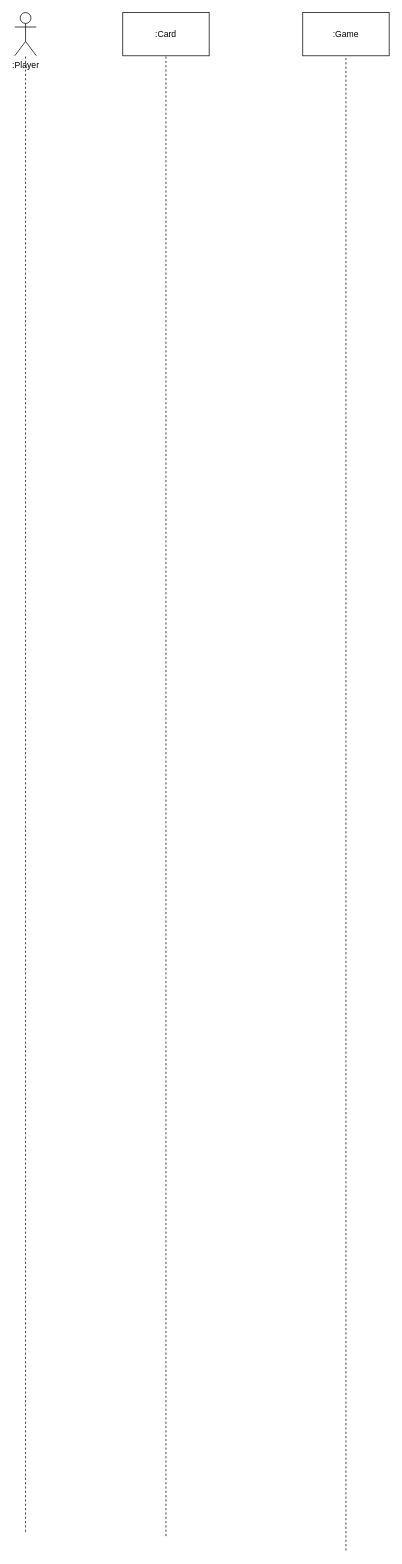
Earlier version of the draw.io diagram deliveries/uml/Draw Leader Card S. Diag..drawio (egyangel/ing-sw-2021-esas-mauri-madhkour-elsheshtawi). Source tidied: cells renumbered, new cells numbered last; positions are measured from the earlier drawing's top-left corner, leaving out a move shared by most shapes. Both pictures are drawn from the tidied source at 72%, with x=0, y=0 at pixel (14, 12).
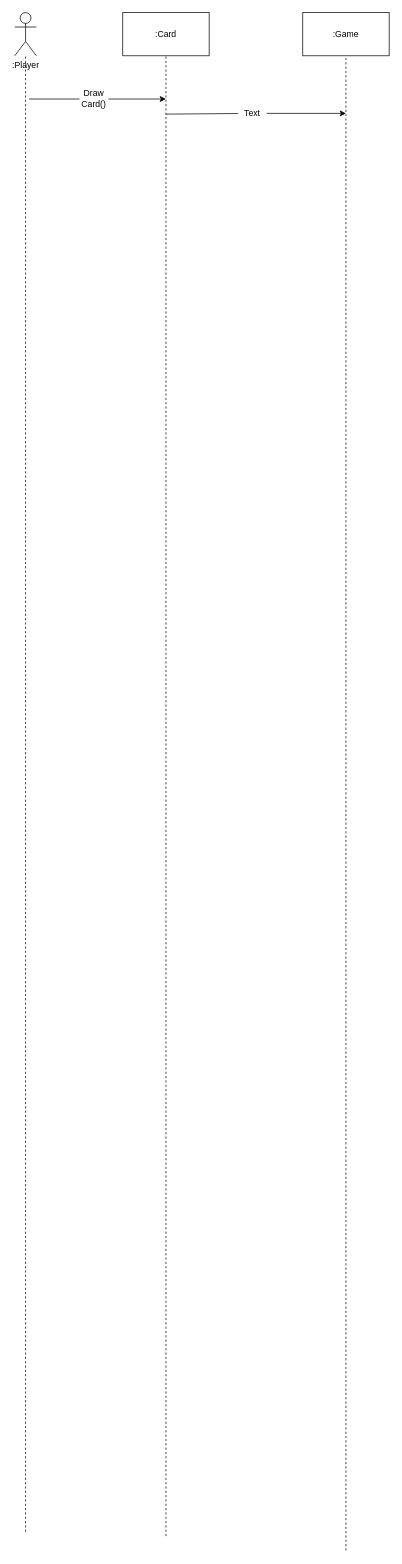
Above is the later version.

What changed in the source:
```diff
@@
+    <mxCell id="10" style="endArrow=classic;html=1;startArrow=none;" parent="1" edge="1" source="11">
+      <mxGeometry relative="1" as="geometry">
+        <mxPoint x="210" y="120" as="targetPoint" />
+      </mxGeometry>
+    </mxCell>
+    <mxCell id="11" value="Draw Card()" style="text;html=1;strokeColor=none;fillColor=none;align=center;verticalAlign=middle;whiteSpace=wrap;rounded=0;" parent="1" vertex="1">
+      <mxGeometry x="90" y="110" width="40" height="20" as="geometry" />
+    </mxCell>
+    <mxCell id="12" style="endArrow=none;html=1;" parent="1" edge="1" target="11">
+      <mxGeometry relative="1" as="geometry">
+        <mxPoint x="20" y="120" as="sourcePoint" />
+      </mxGeometry>
+    </mxCell>
+    <mxCell id="13" style="endArrow=classic;html=1;startArrow=none;" parent="1" edge="1" source="14">
+      <mxGeometry relative="1" as="geometry">
+        <mxPoint x="460" y="140" as="targetPoint" />
+      </mxGeometry>
+    </mxCell>
+    <mxCell id="14" value="Text" style="text;html=1;strokeColor=none;fillColor=none;align=center;verticalAlign=middle;whiteSpace=wrap;rounded=0;" parent="1" vertex="1">
+      <mxGeometry x="310" y="130" width="40" height="20" as="geometry" />
+    </mxCell>
+    <mxCell id="15" style="endArrow=none;html=1;" parent="1" edge="1" target="14">
+      <mxGeometry relative="1" as="geometry">
+        <mxPoint x="210" y="141" as="sourcePoint" />
+      </mxGeometry>
+    </mxCell>
```
